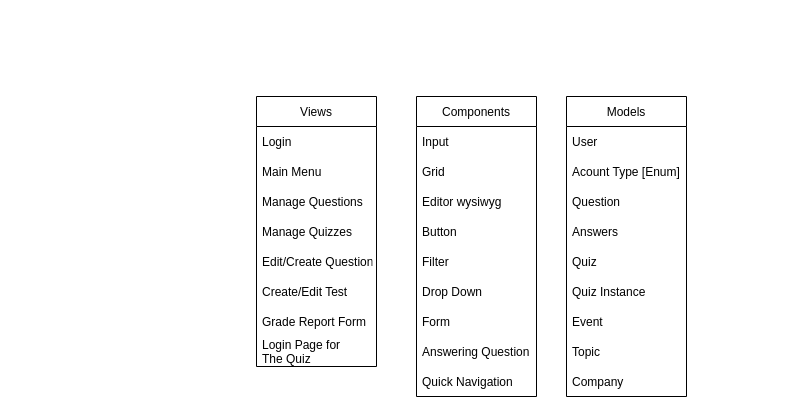
Shoam611/Tests-System keeps this draw.io diagram as page "Merge" (3 of 3) of UML-Server.drawio. Above is the earlier version. Source tidied: cells renumbered, new cells numbered last; positions are measured from the earlier drawing's top-left corner, leaving out a move shared by most shapes. Both pictures are drawn from the tidied source at 100%, with x=0, y=0 at pixel (256, 96).
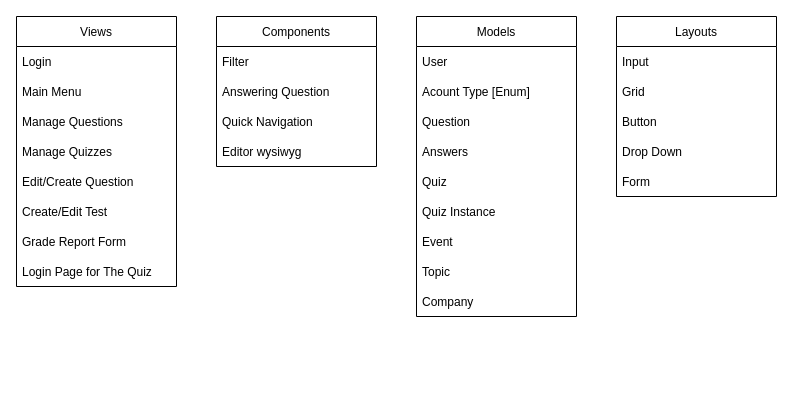
The same page after the edit.

Diff of the diagram source:
```diff
@@
     <mxCell id="2" value="Views" style="swimlane;fontStyle=0;horizontal=1;startSize=30;" parent="1" vertex="1">
-      <mxGeometry width="120" height="270" as="geometry" />
+      <mxGeometry x="-240" y="-80" width="160" height="270" as="geometry" />
     </mxCell>
     <mxCell id="3" value="Login" style="text;strokeColor=none;fillColor=none;align=left;verticalAlign=middle;spacingLeft=4;spacingRight=4;overflow=hidden;" parent="2" vertex="1">
-      <mxGeometry y="30" width="120" height="30" as="geometry" />
+      <mxGeometry y="30" width="160" height="30" as="geometry" />
     </mxCell>
     <mxCell id="4" value="Main Menu" style="text;strokeColor=none;fillColor=none;align=left;verticalAlign=middle;spacingLeft=4;spacingRight=4;overflow=hidden;" parent="2" vertex="1">
-      <mxGeometry y="60" width="120" height="30" as="geometry" />
+      <mxGeometry y="60" width="160" height="30" as="geometry" />
     </mxCell>
     <mxCell id="5" value="Manage Questions" style="text;strokeColor=none;fillColor=none;align=left;verticalAlign=middle;spacingLeft=4;spacingRight=4;overflow=hidden;" parent="2" vertex="1">
-      <mxGeometry y="90" width="120" height="30" as="geometry" />
+      <mxGeometry y="90" width="160" height="30" as="geometry" />
     </mxCell>
     <mxCell id="6" value="Manage Quizzes" style="text;strokeColor=none;fillColor=none;align=left;verticalAlign=middle;spacingLeft=4;spacingRight=4;overflow=hidden;" parent="2" vertex="1">
-      <mxGeometry y="120" width="120" height="30" as="geometry" />
+      <mxGeometry y="120" width="160" height="30" as="geometry" />
     </mxCell>
     <mxCell id="7" value="Edit/Create Question" style="text;strokeColor=none;fillColor=none;align=left;verticalAlign=middle;spacingLeft=4;spacingRight=4;overflow=hidden;" parent="2" vertex="1">
-      <mxGeometry y="150" width="120" height="30" as="geometry" />
+      <mxGeometry y="150" width="160" height="30" as="geometry" />
     </mxCell>
     <mxCell id="8" value="Create/Edit Test" style="text;strokeColor=none;fillColor=none;align=left;verticalAlign=middle;spacingLeft=4;spacingRight=4;overflow=hidden;" parent="2" vertex="1">
-      <mxGeometry y="180" width="120" height="30" as="geometry" />
+      <mxGeometry y="180" width="160" height="30" as="geometry" />
     </mxCell>
     <mxCell id="9" value="Grade Report Form" style="text;strokeColor=none;fillColor=none;align=left;verticalAlign=middle;spacingLeft=4;spacingRight=4;overflow=hidden;" parent="2" vertex="1">
-      <mxGeometry y="210" width="120" height="30" as="geometry" />
+      <mxGeometry y="210" width="160" height="30" as="geometry" />
     </mxCell>
-    <mxCell id="10" value="Login Page for &#10;The Quiz" style="text;strokeColor=none;fillColor=none;align=left;verticalAlign=middle;spacingLeft=4;spacingRight=4;overflow=hidden;" parent="2" vertex="1">
-      <mxGeometry y="240" width="120" height="30" as="geometry" />
+    <mxCell id="10" value="Login Page for The Quiz" style="text;strokeColor=none;fillColor=none;align=left;verticalAlign=middle;spacingLeft=4;spacingRight=4;overflow=hidden;" parent="2" vertex="1">
+      <mxGeometry y="240" width="160" height="30" as="geometry" />
     </mxCell>
     <mxCell id="11" value="Components" style="swimlane;fontStyle=0;horizontal=1;startSize=30;" parent="1" vertex="1">
-      <mxGeometry x="160" width="120" height="300" as="geometry" />
+      <mxGeometry x="-40" y="-80" width="160" height="150" as="geometry" />
     </mxCell>
-    <mxCell id="12" value="Input" style="text;strokeColor=none;fillColor=none;align=left;verticalAlign=middle;spacingLeft=4;spacingRight=4;overflow=hidden;" parent="11" vertex="1">
-      <mxGeometry y="30" width="120" height="30" as="geometry" />
-    </mxCell>
-    <mxCell id="13" value="Grid" style="text;strokeColor=none;fillColor=none;align=left;verticalAlign=middle;spacingLeft=4;spacingRight=4;overflow=hidden;" parent="11" vertex="1">
-      <mxGeometry y="60" width="120" height="30" as="geometry" />
-    </mxCell>
-    <mxCell id="14" value="Editor wysiwyg" style="text;strokeColor=none;fillColor=none;align=left;verticalAlign=middle;spacingLeft=4;spacingRight=4;overflow=hidden;" parent="11" vertex="1">
-      <mxGeometry y="90" width="120" height="30" as="geometry" />
-    </mxCell>
-    <mxCell id="15" value="Button" style="text;strokeColor=none;fillColor=none;align=left;verticalAlign=middle;spacingLeft=4;spacingRight=4;overflow=hidden;" parent="11" vertex="1">
-      <mxGeometry y="120" width="120" height="30" as="geometry" />
-    </mxCell>
     <mxCell id="16" value="Filter" style="text;strokeColor=none;fillColor=none;align=left;verticalAlign=middle;spacingLeft=4;spacingRight=4;overflow=hidden;" parent="11" vertex="1">
-      <mxGeometry y="150" width="120" height="30" as="geometry" />
+      <mxGeometry y="30" width="160" height="30" as="geometry" />
     </mxCell>
-    <mxCell id="17" value="Drop Down" style="text;strokeColor=none;fillColor=none;align=left;verticalAlign=middle;spacingLeft=4;spacingRight=4;overflow=hidden;" parent="11" vertex="1">
-      <mxGeometry y="180" width="120" height="30" as="geometry" />
-    </mxCell>
-    <mxCell id="18" value="Form" style="text;strokeColor=none;fillColor=none;align=left;verticalAlign=middle;spacingLeft=4;spacingRight=4;overflow=hidden;" parent="11" vertex="1">
-      <mxGeometry y="210" width="120" height="30" as="geometry" />
-    </mxCell>
     <mxCell id="19" value="Answering Question" style="text;strokeColor=none;fillColor=none;align=left;verticalAlign=middle;spacingLeft=4;spacingRight=4;overflow=hidden;" parent="11" vertex="1">
-      <mxGeometry y="240" width="120" height="30" as="geometry" />
+      <mxGeometry y="60" width="160" height="30" as="geometry" />
     </mxCell>
     <mxCell id="20" value="Quick Navigation" style="text;strokeColor=none;fillColor=none;align=left;verticalAlign=middle;spacingLeft=4;spacingRight=4;overflow=hidden;" parent="11" vertex="1">
-      <mxGeometry y="270" width="120" height="30" as="geometry" />
+      <mxGeometry y="90" width="160" height="30" as="geometry" />
     </mxCell>
+    <mxCell id="14" value="Editor wysiwyg" style="text;strokeColor=none;fillColor=none;align=left;verticalAlign=middle;spacingLeft=4;spacingRight=4;overflow=hidden;" parent="11" vertex="1">
+      <mxGeometry y="120" width="160" height="30" as="geometry" />
+    </mxCell>
     <mxCell id="21" value="Models" style="swimlane;fontStyle=0;horizontal=1;startSize=30;" parent="1" vertex="1">
-      <mxGeometry x="310" width="120" height="300" as="geometry" />
+      <mxGeometry x="160" y="-80" width="160" height="300" as="geometry" />
     </mxCell>
     <mxCell id="22" value="User" style="text;strokeColor=none;fillColor=none;align=left;verticalAlign=middle;spacingLeft=4;spacingRight=4;overflow=hidden;" parent="21" vertex="1">
-      <mxGeometry y="30" width="120" height="30" as="geometry" />
+      <mxGeometry y="30" width="160" height="30" as="geometry" />
     </mxCell>
     <mxCell id="23" value="Acount Type [Enum]" style="text;strokeColor=none;fillColor=none;align=left;verticalAlign=middle;spacingLeft=4;spacingRight=4;overflow=hidden;" parent="21" vertex="1">
-      <mxGeometry y="60" width="120" height="30" as="geometry" />
+      <mxGeometry y="60" width="160" height="30" as="geometry" />
     </mxCell>
     <mxCell id="24" value="Question" style="text;strokeColor=none;fillColor=none;align=left;verticalAlign=middle;spacingLeft=4;spacingRight=4;overflow=hidden;" parent="21" vertex="1">
-      <mxGeometry y="90" width="120" height="30" as="geometry" />
+      <mxGeometry y="90" width="160" height="30" as="geometry" />
     </mxCell>
     <mxCell id="25" value="Answers" style="text;strokeColor=none;fillColor=none;align=left;verticalAlign=middle;spacingLeft=4;spacingRight=4;overflow=hidden;" parent="21" vertex="1">
-      <mxGeometry y="120" width="120" height="30" as="geometry" />
+      <mxGeometry y="120" width="160" height="30" as="geometry" />
     </mxCell>
     <mxCell id="26" value="Quiz" style="text;strokeColor=none;fillColor=none;align=left;verticalAlign=middle;spacingLeft=4;spacingRight=4;overflow=hidden;" parent="21" vertex="1">
-      <mxGeometry y="150" width="120" height="30" as="geometry" />
+      <mxGeometry y="150" width="160" height="30" as="geometry" />
     </mxCell>
     <mxCell id="27" value="Quiz Instance" style="text;strokeColor=none;fillColor=none;align=left;verticalAlign=middle;spacingLeft=4;spacingRight=4;overflow=hidden;" parent="21" vertex="1">
-      <mxGeometry y="180" width="120" height="30" as="geometry" />
+      <mxGeometry y="180" width="160" height="30" as="geometry" />
     </mxCell>
     <mxCell id="28" value="Event" style="text;strokeColor=none;fillColor=none;align=left;verticalAlign=middle;spacingLeft=4;spacingRight=4;overflow=hidden;" parent="21" vertex="1">
-      <mxGeometry y="210" width="120" height="30" as="geometry" />
+      <mxGeometry y="210" width="160" height="30" as="geometry" />
     </mxCell>
     <mxCell id="29" value="Topic" style="text;strokeColor=none;fillColor=none;align=left;verticalAlign=middle;spacingLeft=4;spacingRight=4;overflow=hidden;" parent="21" vertex="1">
-      <mxGeometry y="240" width="120" height="30" as="geometry" />
+      <mxGeometry y="240" width="160" height="30" as="geometry" />
     </mxCell>
     <mxCell id="30" value="Company" style="text;strokeColor=none;fillColor=none;align=left;verticalAlign=middle;spacingLeft=4;spacingRight=4;overflow=hidden;" parent="21" vertex="1">
-      <mxGeometry y="270" width="120" height="30" as="geometry" />
+      <mxGeometry y="270" width="160" height="30" as="geometry" />
     </mxCell>
+    <mxCell id="31" value="Layouts" style="swimlane;fontStyle=0;horizontal=1;startSize=30;" parent="1" vertex="1">
+      <mxGeometry x="360" y="-80" width="160" height="180" as="geometry" />
+    </mxCell>
+    <mxCell id="12" value="Input" style="text;strokeColor=none;fillColor=none;align=left;verticalAlign=middle;spacingLeft=4;spacingRight=4;overflow=hidden;" parent="31" vertex="1">
+      <mxGeometry y="30" width="160" height="30" as="geometry" />
+    </mxCell>
+    <mxCell id="13" value="Grid" style="text;strokeColor=none;fillColor=none;align=left;verticalAlign=middle;spacingLeft=4;spacingRight=4;overflow=hidden;" parent="31" vertex="1">
+      <mxGeometry y="60" width="160" height="30" as="geometry" />
+    </mxCell>
+    <mxCell id="15" value="Button" style="text;strokeColor=none;fillColor=none;align=left;verticalAlign=middle;spacingLeft=4;spacingRight=4;overflow=hidden;" parent="31" vertex="1">
+      <mxGeometry y="90" width="160" height="30" as="geometry" />
+    </mxCell>
+    <mxCell id="17" value="Drop Down" style="text;strokeColor=none;fillColor=none;align=left;verticalAlign=middle;spacingLeft=4;spacingRight=4;overflow=hidden;" parent="31" vertex="1">
+      <mxGeometry y="120" width="160" height="30" as="geometry" />
+    </mxCell>
+    <mxCell id="18" value="Form" style="text;strokeColor=none;fillColor=none;align=left;verticalAlign=middle;spacingLeft=4;spacingRight=4;overflow=hidden;" parent="31" vertex="1">
+      <mxGeometry y="150" width="160" height="30" as="geometry" />
+    </mxCell>
```
